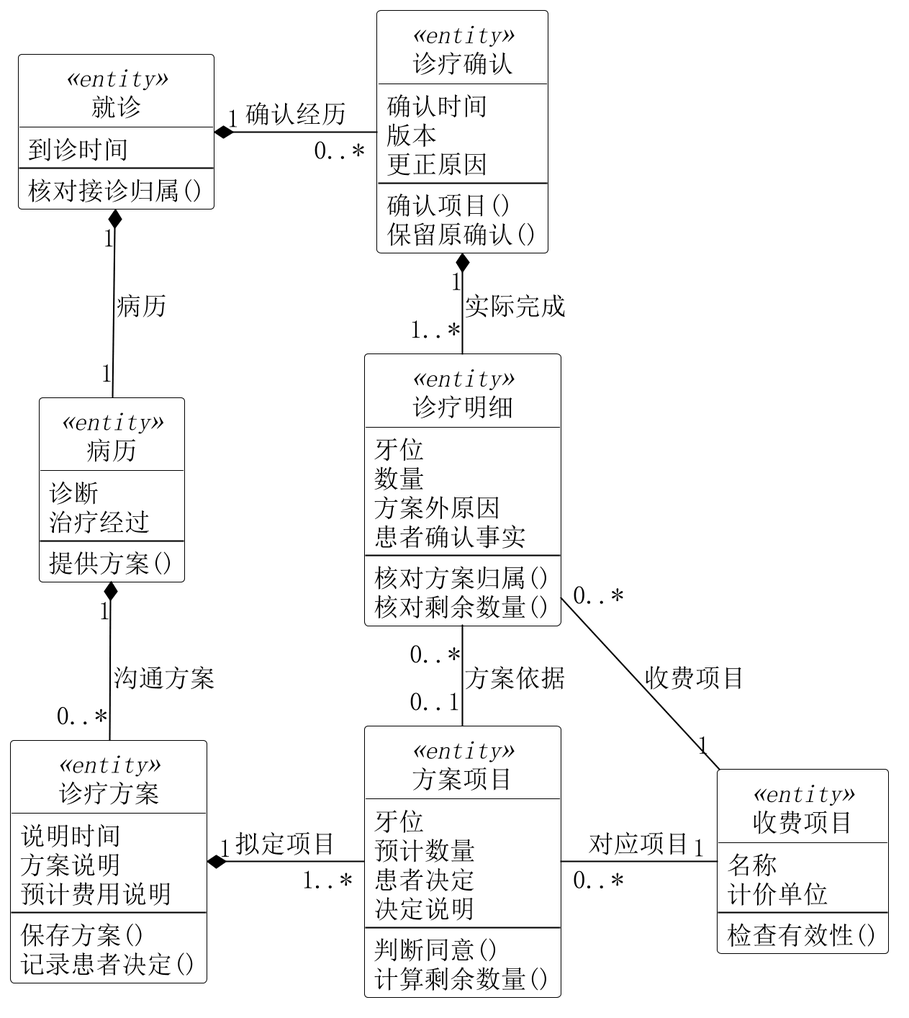
This is 01-需求文档/diagrams/12b-analysis-plan-entities.png from Shawmc-creator/systemAnalyseAndDesign, a PlantUML export, as it was before one commit.
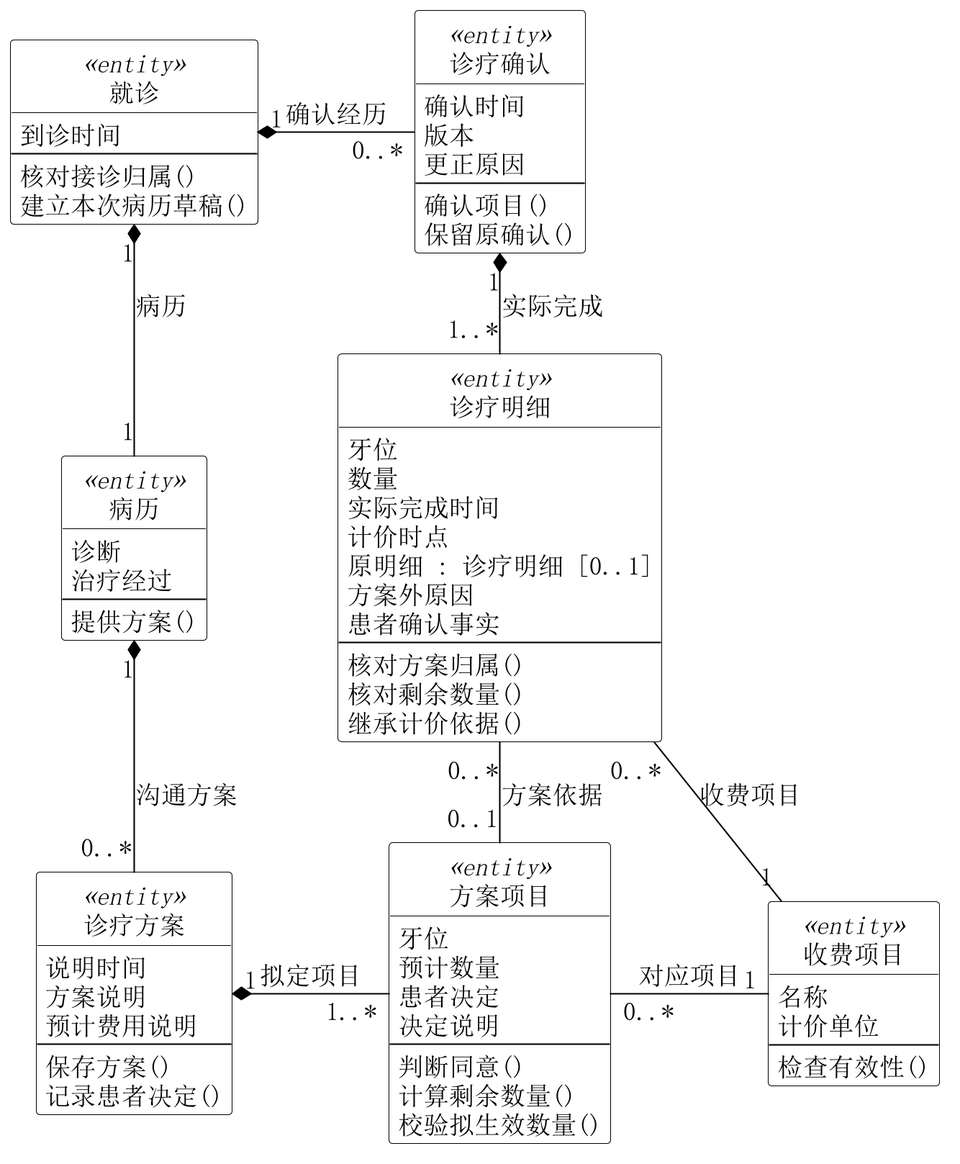
Later version of the same file.

The edit, as a diff of the source:
```diff
@@ -19,6 +19,7 @@
  到诊时间
  --
  核对接诊归属()
+ 建立本次病历草稿()
 }
 class "病历" as R <<entity>> {
  诊断
@@ -42,6 +43,7 @@
  --
  判断同意()
  计算剩余数量()
+ 校验拟生效数量()
 }
 class "收费项目" as S <<entity>> {
  名称
@@ -60,11 +62,15 @@
 class "诊疗明细" as T <<entity>> {
  牙位
  数量
+ 实际完成时间
+ 计价时点
+ 原明细 : 诊疗明细 [0..1]
  方案外原因
  患者确认事实
  --
  核对方案归属()
  核对剩余数量()
+ 继承计价依据()
 }
 V "1" *-down- "1" R : 病历
 R "1" *-down- "0..*" P : 沟通方案
```
